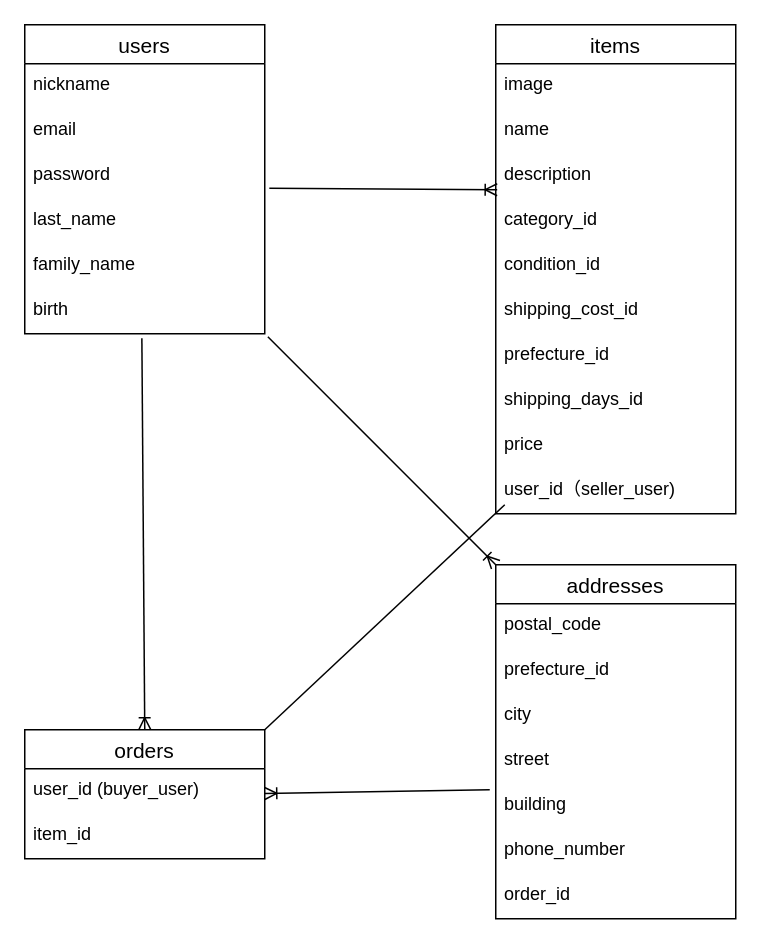
fuokuyama16/furima-41014 keeps this draw.io diagram as test.dio. Above is the earlier version. Source tidied: cells renumbered, new cells numbered last; positions are measured from the earlier drawing's top-left corner, leaving out a move shared by most shapes. Both pictures are drawn from the tidied source at 150%, with x=0, y=0 at pixel (24, 24).
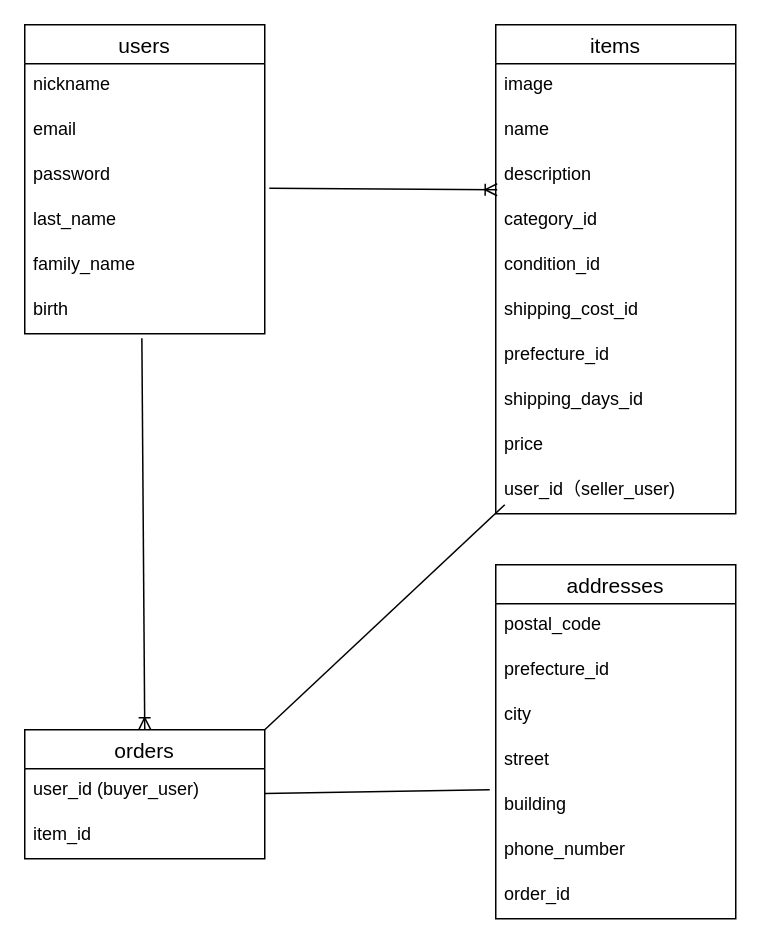
The same diagram, later.

The change refers to these unchanged cells:
```xml
<mxCell id="8" value="birth" style="text;strokeColor=none;fillColor=none;spacingLeft=4;spacingRight=4;overflow=hidden;points=[[0,0.5],[1,0.5]];portConstraint=eastwest;fontSize=12;" parent="2" vertex="1">
  <mxGeometry y="176" width="160" height="30" as="geometry" />
</mxCell>
<mxCell id="26" value="addresses" style="swimlane;fontStyle=0;horizontal=1;startSize=26;align=center;fontSize=14;" parent="1" vertex="1">
  <mxGeometry x="314" y="360" width="160" height="236" as="geometry" />
</mxCell>
```

What changed in the source:
```diff
@@
-    <mxCell id="25" style="edgeStyle=none;html=1;exitX=0;exitY=0;exitDx=0;exitDy=0;entryX=1.013;entryY=1.067;entryDx=0;entryDy=0;startArrow=ERoneToMany;startFill=0;endArrow=none;endFill=0;entryPerimeter=0;" parent="1" edge="1" source="26" target="8">
-      <mxGeometry relative="1" as="geometry" />
-    </mxCell>
@@
-    <mxCell id="34" style="edgeStyle=none;html=1;endArrow=none;endFill=0;startArrow=ERoneToMany;startFill=0;" parent="1" edge="1">
+    <mxCell id="34" style="edgeStyle=none;html=1;endArrow=none;endFill=0;startArrow=none;startFill=0;" parent="1" edge="1">
       <mxGeometry relative="1" as="geometry">
         <mxPoint x="160" y="512.5" as="sourcePoint" />
         <mxPoint x="310" y="510" as="targetPoint" />
       </mxGeometry>
     </mxCell>
```
